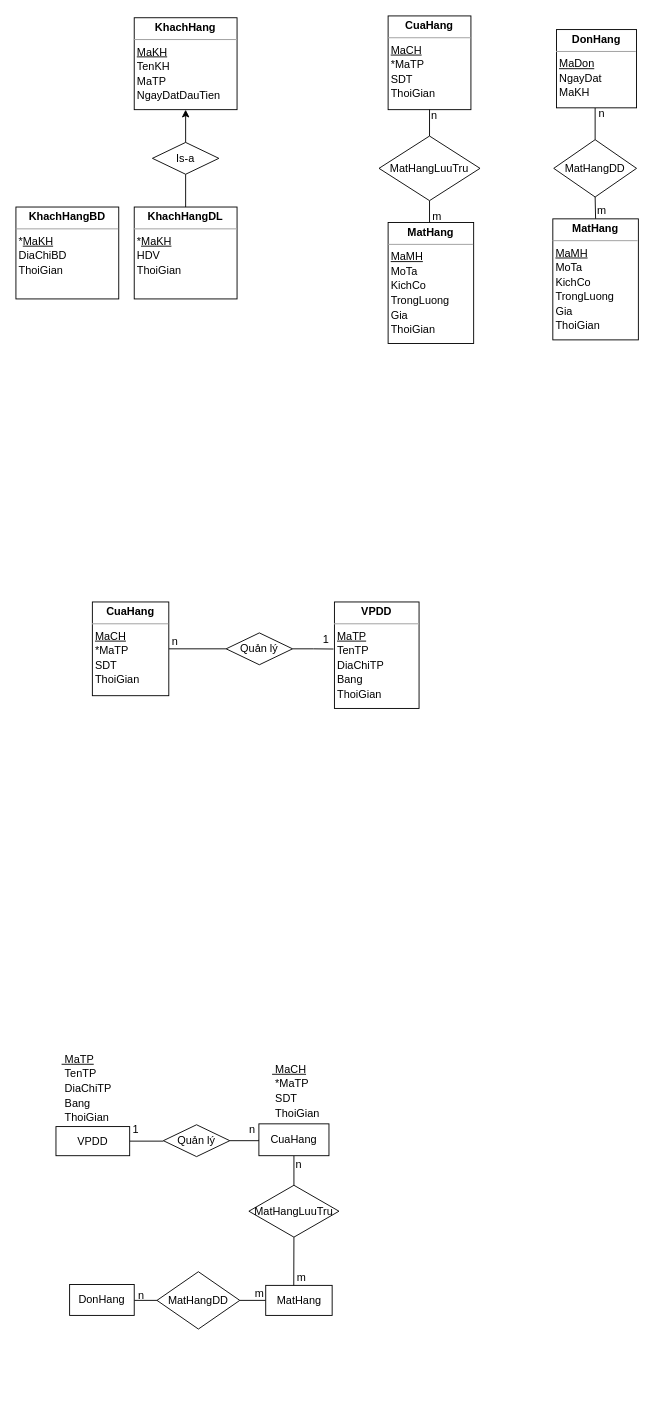
Before: data warehouse.drawio in huybach2509/test2, a draw.io diagram. Source tidied: cells renumbered, new cells numbered last; positions are measured from the earlier drawing's top-left corner, leaving out a move shared by most shapes. Both pictures are drawn from the tidied source at 91%, with x=0, y=0 at pixel (15, 15).
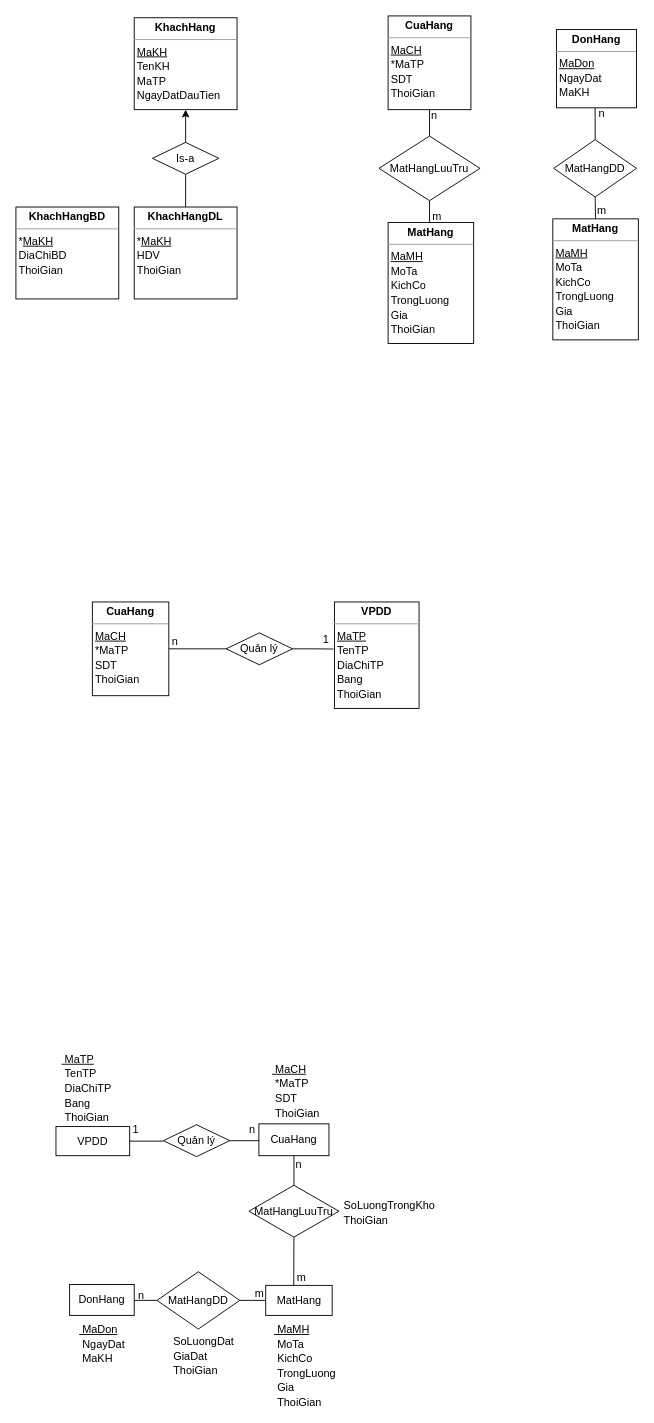
The same diagram, later.

What changed in the source:
```diff
@@
+    <mxCell id="50" value="&lt;div style=&quot;border-color: var(--border-color); text-align: left; height: 2px;&quot;&gt;&lt;u style=&quot;border-color: var(--border-color);&quot;&gt;&amp;nbsp;MaDon&lt;/u&gt;&lt;/div&gt;&lt;div style=&quot;border-color: var(--border-color); text-align: left; height: 2px;&quot;&gt;&lt;br style=&quot;border-color: var(--border-color);&quot;&gt;&lt;/div&gt;&lt;div style=&quot;border-color: var(--border-color); text-align: left; height: 2px;&quot;&gt;&lt;br style=&quot;border-color: var(--border-color);&quot;&gt;&lt;/div&gt;&lt;div style=&quot;border-color: var(--border-color); text-align: left; height: 2px;&quot;&gt;&lt;br style=&quot;border-color: var(--border-color);&quot;&gt;&lt;/div&gt;&lt;div style=&quot;border-color: var(--border-color); text-align: left; height: 2px;&quot;&gt;&lt;br style=&quot;border-color: var(--border-color);&quot;&gt;&lt;/div&gt;&lt;div style=&quot;border-color: var(--border-color); text-align: left; height: 2px;&quot;&gt;&lt;br style=&quot;border-color: var(--border-color);&quot;&gt;&lt;/div&gt;&lt;div style=&quot;border-color: var(--border-color); text-align: left; height: 2px;&quot;&gt;&lt;br style=&quot;border-color: var(--border-color);&quot;&gt;&lt;/div&gt;&lt;div style=&quot;border-color: var(--border-color); text-align: left; height: 2px;&quot;&gt;&lt;br style=&quot;border-color: var(--border-color);&quot;&gt;&lt;/div&gt;&lt;div style=&quot;border-color: var(--border-color); text-align: left; height: 2px;&quot;&gt;&amp;nbsp;NgayDat&lt;/div&gt;&lt;div style=&quot;border-color: var(--border-color); text-align: left; height: 2px;&quot;&gt;&lt;br style=&quot;border-color: var(--border-color);&quot;&gt;&lt;/div&gt;&lt;div style=&quot;border-color: var(--border-color); text-align: left; height: 2px;&quot;&gt;&lt;br style=&quot;border-color: var(--border-color);&quot;&gt;&lt;/div&gt;&lt;div style=&quot;border-color: var(--border-color); text-align: left; height: 2px;&quot;&gt;&lt;br style=&quot;border-color: var(--border-color);&quot;&gt;&lt;/div&gt;&lt;div style=&quot;border-color: var(--border-color); text-align: left; height: 2px;&quot;&gt;&lt;br style=&quot;border-color: var(--border-color);&quot;&gt;&lt;/div&gt;&lt;div style=&quot;border-color: var(--border-color); text-align: left; height: 2px;&quot;&gt;&lt;br style=&quot;border-color: var(--border-color);&quot;&gt;&lt;/div&gt;&lt;div style=&quot;border-color: var(--border-color); text-align: left; height: 2px;&quot;&gt;&lt;br style=&quot;border-color: var(--border-color);&quot;&gt;&lt;/div&gt;&lt;div style=&quot;border-color: var(--border-color); text-align: left; height: 2px;&quot;&gt;&lt;br style=&quot;border-color: var(--border-color);&quot;&gt;&lt;/div&gt;&lt;div style=&quot;border-color: var(--border-color); text-align: left; height: 2px;&quot;&gt;&amp;nbsp;MaKH&lt;/div&gt;" style="text;html=1;strokeColor=none;fillColor=none;align=center;verticalAlign=middle;whiteSpace=wrap;rounded=0;" parent="1" vertex="1">
+      <mxGeometry x="65" y="1443" width="60" height="30" as="geometry" />
+    </mxCell>
+    <mxCell id="51" value="&lt;div style=&quot;border-color: var(--border-color); text-align: left; height: 2px;&quot;&gt;&lt;u style=&quot;border-color: var(--border-color);&quot;&gt;&amp;nbsp;MaMH&lt;/u&gt;&lt;/div&gt;&lt;div style=&quot;border-color: var(--border-color); text-align: left; height: 2px;&quot;&gt;&lt;br style=&quot;border-color: var(--border-color);&quot;&gt;&lt;/div&gt;&lt;div style=&quot;border-color: var(--border-color); text-align: left; height: 2px;&quot;&gt;&lt;br style=&quot;border-color: var(--border-color);&quot;&gt;&lt;/div&gt;&lt;div style=&quot;border-color: var(--border-color); text-align: left; height: 2px;&quot;&gt;&lt;br style=&quot;border-color: var(--border-color);&quot;&gt;&lt;/div&gt;&lt;div style=&quot;border-color: var(--border-color); text-align: left; height: 2px;&quot;&gt;&lt;br style=&quot;border-color: var(--border-color);&quot;&gt;&lt;/div&gt;&lt;div style=&quot;border-color: var(--border-color); text-align: left; height: 2px;&quot;&gt;&lt;br style=&quot;border-color: var(--border-color);&quot;&gt;&lt;/div&gt;&lt;div style=&quot;border-color: var(--border-color); text-align: left; height: 2px;&quot;&gt;&lt;br style=&quot;border-color: var(--border-color);&quot;&gt;&lt;/div&gt;&lt;div style=&quot;border-color: var(--border-color); text-align: left; height: 2px;&quot;&gt;&lt;br style=&quot;border-color: var(--border-color);&quot;&gt;&lt;/div&gt;&lt;div style=&quot;border-color: var(--border-color); text-align: left; height: 2px;&quot;&gt;&amp;nbsp;MoTa&lt;/div&gt;&lt;div style=&quot;border-color: var(--border-color); text-align: left; height: 2px;&quot;&gt;&lt;br style=&quot;border-color: var(--border-color);&quot;&gt;&lt;/div&gt;&lt;div style=&quot;border-color: var(--border-color); text-align: left; height: 2px;&quot;&gt;&lt;br style=&quot;border-color: var(--border-color);&quot;&gt;&lt;/div&gt;&lt;div style=&quot;border-color: var(--border-color); text-align: left; height: 2px;&quot;&gt;&lt;br style=&quot;border-color: var(--border-color);&quot;&gt;&lt;/div&gt;&lt;div style=&quot;border-color: var(--border-color); text-align: left; height: 2px;&quot;&gt;&lt;br style=&quot;border-color: var(--border-color);&quot;&gt;&lt;/div&gt;&lt;div style=&quot;border-color: var(--border-color); text-align: left; height: 2px;&quot;&gt;&lt;br style=&quot;border-color: var(--border-color);&quot;&gt;&lt;/div&gt;&lt;div style=&quot;border-color: var(--border-color); text-align: left; height: 2px;&quot;&gt;&lt;br style=&quot;border-color: var(--border-color);&quot;&gt;&lt;/div&gt;&lt;div style=&quot;border-color: var(--border-color); text-align: left; height: 2px;&quot;&gt;&lt;br style=&quot;border-color: var(--border-color);&quot;&gt;&lt;/div&gt;&lt;div style=&quot;border-color: var(--border-color); text-align: left; height: 2px;&quot;&gt;&amp;nbsp;KichCo&lt;/div&gt;&lt;div style=&quot;border-color: var(--border-color); text-align: left; height: 2px;&quot;&gt;&lt;br style=&quot;border-color: var(--border-color);&quot;&gt;&lt;/div&gt;&lt;div style=&quot;border-color: var(--border-color); text-align: left; height: 2px;&quot;&gt;&lt;br style=&quot;border-color: var(--border-color);&quot;&gt;&lt;/div&gt;&lt;div style=&quot;border-color: var(--border-color); text-align: left; height: 2px;&quot;&gt;&lt;br style=&quot;border-color: var(--border-color);&quot;&gt;&lt;/div&gt;&lt;div style=&quot;border-color: var(--border-color); text-align: left; height: 2px;&quot;&gt;&lt;br style=&quot;border-color: var(--border-color);&quot;&gt;&lt;/div&gt;&lt;div style=&quot;border-color: var(--border-color); text-align: left; height: 2px;&quot;&gt;&lt;br style=&quot;border-color: var(--border-color);&quot;&gt;&lt;/div&gt;&lt;div style=&quot;border-color: var(--border-color); text-align: left; height: 2px;&quot;&gt;&lt;br style=&quot;border-color: var(--border-color);&quot;&gt;&lt;/div&gt;&lt;div style=&quot;border-color: var(--border-color); text-align: left; height: 2px;&quot;&gt;&lt;br style=&quot;border-color: var(--border-color);&quot;&gt;&lt;/div&gt;&lt;div style=&quot;border-color: var(--border-color); text-align: left; height: 2px;&quot;&gt;&amp;nbsp;TrongLuong&lt;/div&gt;&lt;div style=&quot;border-color: var(--border-color); text-align: left; height: 2px;&quot;&gt;&lt;br style=&quot;border-color: var(--border-color);&quot;&gt;&lt;/div&gt;&lt;div style=&quot;border-color: var(--border-color); text-align: left; height: 2px;&quot;&gt;&lt;br style=&quot;border-color: var(--border-color);&quot;&gt;&lt;/div&gt;&lt;div style=&quot;border-color: var(--border-color); text-align: left; height: 2px;&quot;&gt;&lt;br style=&quot;border-color: var(--border-color);&quot;&gt;&lt;/div&gt;&lt;div style=&quot;border-color: var(--border-color); text-align: left; height: 2px;&quot;&gt;&lt;br style=&quot;border-color: var(--border-color);&quot;&gt;&lt;/div&gt;&lt;div style=&quot;border-color: var(--border-color); text-align: left; height: 2px;&quot;&gt;&lt;br style=&quot;border-color: var(--border-color);&quot;&gt;&lt;/div&gt;&lt;div style=&quot;border-color: var(--border-color); text-align: left; height: 2px;&quot;&gt;&lt;br style=&quot;border-color: var(--border-color);&quot;&gt;&lt;/div&gt;&lt;div style=&quot;border-color: var(--border-color); text-align: left; height: 2px;&quot;&gt;&lt;br style=&quot;border-color: var(--border-color);&quot;&gt;&lt;/div&gt;&lt;div style=&quot;border-color: var(--border-color); text-align: left; height: 2px;&quot;&gt;&amp;nbsp;Gia&lt;/div&gt;&lt;div style=&quot;border-color: var(--border-color); text-align: left; height: 2px;&quot;&gt;&lt;br style=&quot;border-color: var(--border-color);&quot;&gt;&lt;/div&gt;&lt;div style=&quot;border-color: var(--border-color); text-align: left; height: 2px;&quot;&gt;&lt;br style=&quot;border-color: var(--border-color);&quot;&gt;&lt;/div&gt;&lt;div style=&quot;border-color: var(--border-color); text-align: left; height: 2px;&quot;&gt;&lt;br style=&quot;border-color: var(--border-color);&quot;&gt;&lt;/div&gt;&lt;div style=&quot;border-color: var(--border-color); text-align: left; height: 2px;&quot;&gt;&lt;br style=&quot;border-color: var(--border-color);&quot;&gt;&lt;/div&gt;&lt;div style=&quot;border-color: var(--border-color); text-align: left; height: 2px;&quot;&gt;&lt;br style=&quot;border-color: var(--border-color);&quot;&gt;&lt;/div&gt;&lt;div style=&quot;border-color: var(--border-color); text-align: left; height: 2px;&quot;&gt;&lt;br style=&quot;border-color: var(--border-color);&quot;&gt;&lt;/div&gt;&lt;div style=&quot;border-color: var(--border-color); text-align: left; height: 2px;&quot;&gt;&lt;br style=&quot;border-color: var(--border-color);&quot;&gt;&lt;/div&gt;&lt;div style=&quot;border-color: var(--border-color); text-align: left; height: 2px;&quot;&gt;&amp;nbsp;ThoiGian&lt;/div&gt;" style="text;html=1;strokeColor=none;fillColor=none;align=center;verticalAlign=middle;whiteSpace=wrap;rounded=0;" parent="1" vertex="1">
+      <mxGeometry x="287.5" y="1467" width="60" height="30" as="geometry" />
+    </mxCell>
+    <mxCell id="52" value="&lt;div style=&quot;border-color: var(--border-color); text-align: left; height: 2px;&quot;&gt;&lt;br&gt;&lt;/div&gt;&lt;div style=&quot;border-color: var(--border-color); text-align: left; height: 2px;&quot;&gt;&lt;br style=&quot;border-color: var(--border-color);&quot;&gt;&lt;/div&gt;&lt;div style=&quot;border-color: var(--border-color); text-align: left; height: 2px;&quot;&gt;&lt;br style=&quot;border-color: var(--border-color);&quot;&gt;&lt;/div&gt;&lt;div style=&quot;border-color: var(--border-color); text-align: left; height: 2px;&quot;&gt;&lt;br style=&quot;border-color: var(--border-color);&quot;&gt;&lt;/div&gt;&lt;div style=&quot;border-color: var(--border-color); text-align: left; height: 2px;&quot;&gt;&amp;nbsp;SoLuongDat&lt;/div&gt;&lt;div style=&quot;border-color: var(--border-color); text-align: left; height: 2px;&quot;&gt;&lt;br style=&quot;border-color: var(--border-color);&quot;&gt;&lt;/div&gt;&lt;div style=&quot;border-color: var(--border-color); text-align: left; height: 2px;&quot;&gt;&lt;br style=&quot;border-color: var(--border-color);&quot;&gt;&lt;/div&gt;&lt;div style=&quot;border-color: var(--border-color); text-align: left; height: 2px;&quot;&gt;&lt;br style=&quot;border-color: var(--border-color);&quot;&gt;&lt;/div&gt;&lt;div style=&quot;border-color: var(--border-color); text-align: left; height: 2px;&quot;&gt;&lt;br style=&quot;border-color: var(--border-color);&quot;&gt;&lt;/div&gt;&lt;div style=&quot;border-color: var(--border-color); text-align: left; height: 2px;&quot;&gt;&lt;br style=&quot;border-color: var(--border-color);&quot;&gt;&lt;/div&gt;&lt;div style=&quot;border-color: var(--border-color); text-align: left; height: 2px;&quot;&gt;&lt;br style=&quot;border-color: var(--border-color);&quot;&gt;&lt;/div&gt;&lt;div style=&quot;border-color: var(--border-color); text-align: left; height: 2px;&quot;&gt;&lt;br style=&quot;border-color: var(--border-color);&quot;&gt;&lt;/div&gt;&lt;div style=&quot;border-color: var(--border-color); text-align: left; height: 2px;&quot;&gt;&amp;nbsp;GiaDat&lt;/div&gt;&lt;div style=&quot;border-color: var(--border-color); text-align: left; height: 2px;&quot;&gt;&lt;br style=&quot;border-color: var(--border-color);&quot;&gt;&lt;/div&gt;&lt;div style=&quot;border-color: var(--border-color); text-align: left; height: 2px;&quot;&gt;&lt;br style=&quot;border-color: var(--border-color);&quot;&gt;&lt;/div&gt;&lt;div style=&quot;border-color: var(--border-color); text-align: left; height: 2px;&quot;&gt;&lt;br style=&quot;border-color: var(--border-color);&quot;&gt;&lt;/div&gt;&lt;div style=&quot;border-color: var(--border-color); text-align: left; height: 2px;&quot;&gt;&lt;br style=&quot;border-color: var(--border-color);&quot;&gt;&lt;/div&gt;&lt;div style=&quot;border-color: var(--border-color); text-align: left; height: 2px;&quot;&gt;&lt;br style=&quot;border-color: var(--border-color);&quot;&gt;&lt;/div&gt;&lt;div style=&quot;border-color: var(--border-color); text-align: left; height: 2px;&quot;&gt;&lt;br style=&quot;border-color: var(--border-color);&quot;&gt;&lt;/div&gt;&lt;div style=&quot;border-color: var(--border-color); text-align: left; height: 2px;&quot;&gt;&lt;br style=&quot;border-color: var(--border-color);&quot;&gt;&lt;/div&gt;&lt;div style=&quot;border-color: var(--border-color); text-align: left; height: 2px;&quot;&gt;&amp;nbsp;ThoiGian&lt;/div&gt;" style="text;html=1;strokeColor=none;fillColor=none;align=center;verticalAlign=middle;whiteSpace=wrap;rounded=0;" parent="1" vertex="1">
+      <mxGeometry x="175" y="1452" width="60" height="30" as="geometry" />
+    </mxCell>
+    <mxCell id="53" value="&lt;div style=&quot;border-color: var(--border-color); text-align: left; height: 2px;&quot;&gt;&lt;br&gt;&lt;/div&gt;&lt;div style=&quot;border-color: var(--border-color); text-align: left; height: 2px;&quot;&gt;&lt;br style=&quot;border-color: var(--border-color);&quot;&gt;&lt;/div&gt;&lt;div style=&quot;border-color: var(--border-color); text-align: left; height: 2px;&quot;&gt;&lt;br style=&quot;border-color: var(--border-color);&quot;&gt;&lt;/div&gt;&lt;div style=&quot;border-color: var(--border-color); text-align: left; height: 2px;&quot;&gt;&lt;br style=&quot;border-color: var(--border-color);&quot;&gt;&lt;/div&gt;&lt;div style=&quot;border-color: var(--border-color); text-align: left; height: 2px;&quot;&gt;&amp;nbsp;SoLuongTrongKho&lt;/div&gt;&lt;div style=&quot;border-color: var(--border-color); text-align: left; height: 2px;&quot;&gt;&lt;br style=&quot;border-color: var(--border-color);&quot;&gt;&lt;/div&gt;&lt;div style=&quot;border-color: var(--border-color); text-align: left; height: 2px;&quot;&gt;&lt;br style=&quot;border-color: var(--border-color);&quot;&gt;&lt;/div&gt;&lt;div style=&quot;border-color: var(--border-color); text-align: left; height: 2px;&quot;&gt;&lt;br style=&quot;border-color: var(--border-color);&quot;&gt;&lt;/div&gt;&lt;div style=&quot;border-color: var(--border-color); text-align: left; height: 2px;&quot;&gt;&lt;br style=&quot;border-color: var(--border-color);&quot;&gt;&lt;/div&gt;&lt;div style=&quot;border-color: var(--border-color); text-align: left; height: 2px;&quot;&gt;&lt;br style=&quot;border-color: var(--border-color);&quot;&gt;&lt;/div&gt;&lt;div style=&quot;border-color: var(--border-color); text-align: left; height: 2px;&quot;&gt;&lt;br style=&quot;border-color: var(--border-color);&quot;&gt;&lt;/div&gt;&lt;div style=&quot;border-color: var(--border-color); text-align: left; height: 2px;&quot;&gt;&lt;br style=&quot;border-color: var(--border-color);&quot;&gt;&lt;/div&gt;&lt;div style=&quot;border-color: var(--border-color); text-align: left; height: 2px;&quot;&gt;&amp;nbsp;ThoiGian&lt;/div&gt;" style="text;html=1;strokeColor=none;fillColor=none;align=center;verticalAlign=middle;whiteSpace=wrap;rounded=0;" parent="1" vertex="1">
+      <mxGeometry x="379" y="1295" width="60" height="30" as="geometry" />
+    </mxCell>
```
